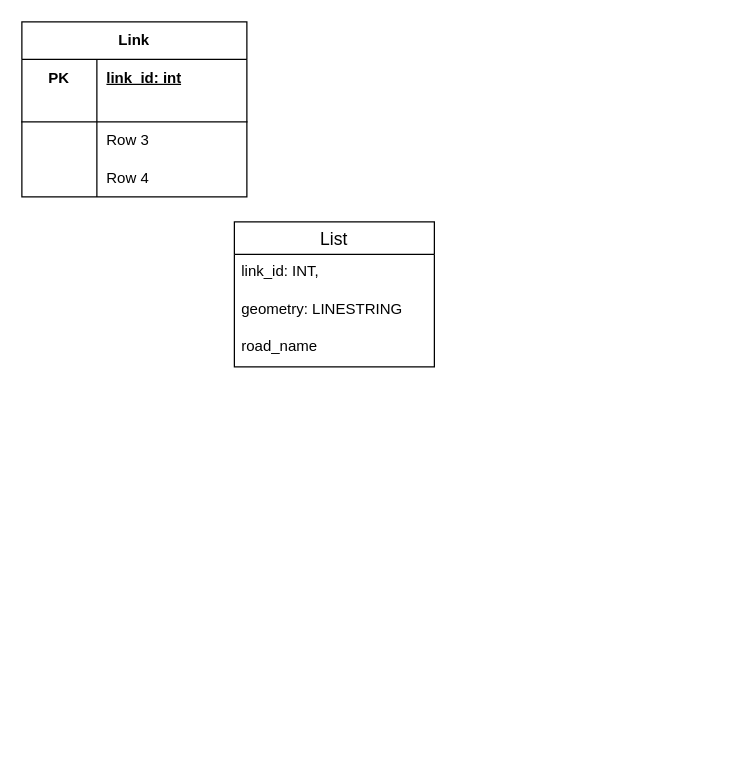
Above: docs/geoapi_der.drawio in francisco-ricardo/geoapi (draw.io), before the change. Source tidied: cells renumbered, new cells numbered last; positions are measured from the earlier drawing's top-left corner, leaving out a move shared by most shapes. Both pictures are drawn from the tidied source at 125%, with x=0, y=0 at pixel (21, 21).
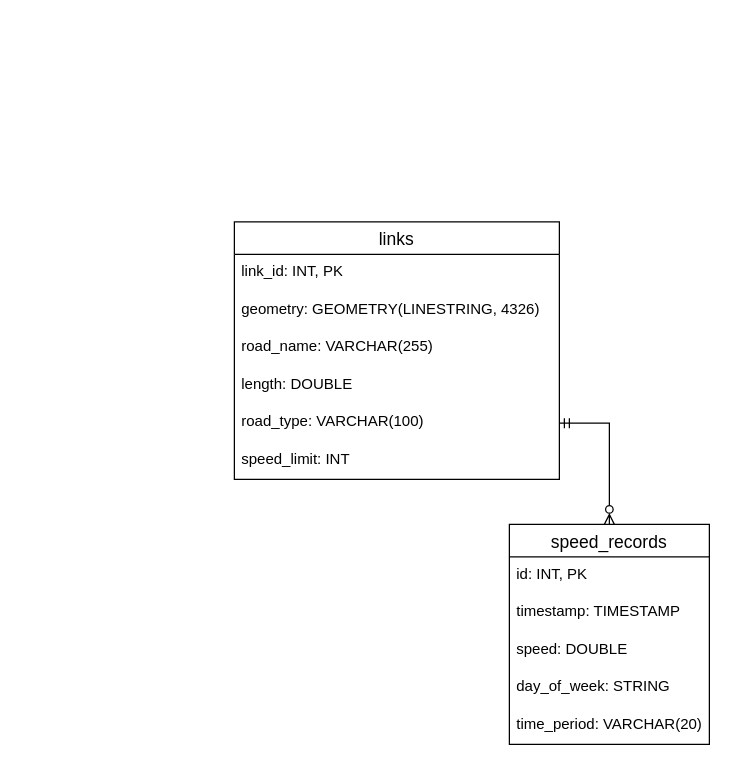
After the change.

Diff of the diagram source:
```diff
@@
 <mxGraphModel>
   <root>
     <mxCell id="0" />
     <mxCell id="1" parent="0" />
-    <mxCell id="2" value="Link" style="shape=table;startSize=30;childLayout=tableLayout;rowLines=0;fontStyle=1;align=center;html=1;whiteSpace=wrap;" parent="1" vertex="1">
-      <mxGeometry width="180" height="140" as="geometry" />
-    </mxCell>
-    <mxCell id="3" style="shape=tableRow;horizontal=0;startSize=0;swimlaneHead=0;swimlaneBody=0;fillColor=none;top=0;left=0;right=0;bottom=0;html=1;" parent="2" vertex="1">
-      <mxGeometry y="30" width="180" height="30" as="geometry" />
-    </mxCell>
-    <mxCell id="4" value="PK" style="shape=partialRectangle;fillColor=none;top=0;left=0;bottom=0;right=0;fontStyle=1;overflow=hidden;html=1;whiteSpace=wrap;" parent="3" vertex="1">
-      <mxGeometry width="60" height="30" as="geometry" />
-    </mxCell>
-    <mxCell id="5" value="link_id: int" style="shape=partialRectangle;fillColor=none;top=0;left=0;bottom=0;right=0;align=left;spacingLeft=6;fontStyle=5;overflow=hidden;html=1;whiteSpace=wrap;" parent="3" vertex="1">
-      <mxGeometry x="60" width="120" height="30" as="geometry" />
-    </mxCell>
-    <mxCell id="6" style="shape=tableRow;horizontal=0;startSize=0;swimlaneHead=0;swimlaneBody=0;fillColor=none;top=0;left=0;right=0;bottom=1;html=1;" parent="2" vertex="1">
-      <mxGeometry y="60" width="180" height="20" as="geometry" />
-    </mxCell>
-    <mxCell id="7" style="shape=partialRectangle;fillColor=none;top=0;left=0;bottom=0;right=0;fontStyle=1;overflow=hidden;html=1;whiteSpace=wrap;" parent="6" vertex="1">
-      <mxGeometry width="60" height="20" as="geometry" />
-    </mxCell>
-    <mxCell id="8" style="shape=partialRectangle;fillColor=none;top=0;left=0;bottom=0;right=0;align=left;spacingLeft=6;fontStyle=5;overflow=hidden;html=1;whiteSpace=wrap;" parent="6" vertex="1">
-      <mxGeometry x="60" width="120" height="20" as="geometry" />
-    </mxCell>
-    <mxCell id="9" style="shape=tableRow;horizontal=0;startSize=0;swimlaneHead=0;swimlaneBody=0;fillColor=none;top=0;left=0;right=0;bottom=0;html=1;" parent="2" vertex="1">
-      <mxGeometry y="80" width="180" height="30" as="geometry" />
-    </mxCell>
-    <mxCell id="10" style="shape=partialRectangle;fillColor=none;top=0;left=0;bottom=0;right=0;overflow=hidden;html=1;whiteSpace=wrap;" parent="9" vertex="1">
-      <mxGeometry width="60" height="30" as="geometry" />
-    </mxCell>
-    <mxCell id="11" value="Row 3" style="shape=partialRectangle;fillColor=none;top=0;left=0;bottom=0;right=0;align=left;spacingLeft=6;overflow=hidden;html=1;whiteSpace=wrap;" parent="9" vertex="1">
-      <mxGeometry x="60" width="120" height="30" as="geometry" />
-    </mxCell>
-    <mxCell id="12" style="shape=tableRow;horizontal=0;startSize=0;swimlaneHead=0;swimlaneBody=0;fillColor=none;top=0;left=0;right=0;bottom=0;html=1;" parent="2" vertex="1">
-      <mxGeometry y="110" width="180" height="30" as="geometry" />
-    </mxCell>
-    <mxCell id="13" style="shape=partialRectangle;fillColor=none;top=0;left=0;bottom=0;right=0;overflow=hidden;html=1;whiteSpace=wrap;" parent="12" vertex="1">
-      <mxGeometry width="60" height="30" as="geometry" />
-    </mxCell>
-    <mxCell id="14" value="Row 4" style="shape=partialRectangle;fillColor=none;top=0;left=0;bottom=0;right=0;align=left;spacingLeft=6;overflow=hidden;html=1;whiteSpace=wrap;" parent="12" vertex="1">
-      <mxGeometry x="60" width="120" height="30" as="geometry" />
-    </mxCell>
-    <mxCell id="15" value="List" style="swimlane;fontStyle=0;horizontal=1;startSize=26;align=center;fontSize=14;" parent="1" vertex="1">
-      <mxGeometry x="170" y="160" width="160" height="116" as="geometry" />
+    <mxCell id="15" value="links" style="swimlane;fontStyle=0;horizontal=1;startSize=26;align=center;fontSize=14;" parent="1" vertex="1">
+      <mxGeometry x="170" y="160" width="260" height="206" as="geometry" />
     </mxCell>
-    <mxCell id="16" value="link_id: INT,&amp;nbsp;" style="text;strokeColor=none;fillColor=none;spacingLeft=4;spacingRight=4;overflow=hidden;fontSize=12;whiteSpace=wrap;html=1;" parent="15" vertex="1">
-      <mxGeometry y="26" width="160" height="30" as="geometry" />
+    <mxCell id="16" value="link_id: INT, PK" style="text;strokeColor=none;fillColor=none;spacingLeft=4;spacingRight=4;overflow=hidden;fontSize=12;whiteSpace=wrap;html=1;" parent="15" vertex="1">
+      <mxGeometry y="26" width="260" height="30" as="geometry" />
     </mxCell>
-    <mxCell id="17" value="geometry: LINESTRING" style="text;strokeColor=none;fillColor=none;spacingLeft=4;spacingRight=4;overflow=hidden;fontSize=12;whiteSpace=wrap;html=1;" parent="15" vertex="1">
-      <mxGeometry y="56" width="160" height="30" as="geometry" />
+    <mxCell id="17" value="geometry: GEOMETRY(LINESTRING, 4326)" style="text;strokeColor=none;fillColor=none;spacingLeft=4;spacingRight=4;overflow=hidden;fontSize=12;whiteSpace=wrap;html=1;" parent="15" vertex="1">
+      <mxGeometry y="56" width="260" height="30" as="geometry" />
     </mxCell>
-    <mxCell id="18" value="road_name" style="text;strokeColor=none;fillColor=none;spacingLeft=4;spacingRight=4;overflow=hidden;fontSize=12;whiteSpace=wrap;html=1;" parent="15" vertex="1">
-      <mxGeometry y="86" width="160" height="30" as="geometry" />
+    <mxCell id="18" value="road_name: VARCHAR(255)" style="text;strokeColor=none;fillColor=none;spacingLeft=4;spacingRight=4;overflow=hidden;fontSize=12;whiteSpace=wrap;html=1;" parent="15" vertex="1">
+      <mxGeometry y="86" width="260" height="30" as="geometry" />
     </mxCell>
+    <mxCell id="19" value="length: DOUBLE" style="text;strokeColor=none;fillColor=none;spacingLeft=4;spacingRight=4;overflow=hidden;fontSize=12;whiteSpace=wrap;html=1;" parent="15" vertex="1">
+      <mxGeometry y="116" width="260" height="30" as="geometry" />
+    </mxCell>
+    <mxCell id="20" value="road_type: VARCHAR(100)" style="text;strokeColor=none;fillColor=none;spacingLeft=4;spacingRight=4;overflow=hidden;points=[[0,0.5],[1,0.5]];portConstraint=eastwest;fontSize=12;whiteSpace=wrap;html=1;" parent="15" vertex="1">
+      <mxGeometry y="146" width="260" height="30" as="geometry" />
+    </mxCell>
+    <mxCell id="21" value="speed_limit: INT" style="text;strokeColor=none;fillColor=none;spacingLeft=4;spacingRight=4;overflow=hidden;fontSize=12;whiteSpace=wrap;html=1;" parent="15" vertex="1">
+      <mxGeometry y="176" width="260" height="30" as="geometry" />
+    </mxCell>
+    <mxCell id="22" value="speed_records" style="swimlane;fontStyle=0;horizontal=1;startSize=26;align=center;fontSize=14;" parent="1" vertex="1">
+      <mxGeometry x="390" y="402" width="160" height="176" as="geometry" />
+    </mxCell>
+    <mxCell id="23" value="id: INT, PK" style="text;strokeColor=none;fillColor=none;spacingLeft=4;spacingRight=4;overflow=hidden;fontSize=12;whiteSpace=wrap;html=1;" parent="22" vertex="1">
+      <mxGeometry y="26" width="160" height="30" as="geometry" />
+    </mxCell>
+    <mxCell id="24" value="timestamp: TIMESTAMP" style="text;strokeColor=none;fillColor=none;spacingLeft=4;spacingRight=4;overflow=hidden;fontSize=12;whiteSpace=wrap;html=1;" parent="22" vertex="1">
+      <mxGeometry y="56" width="160" height="30" as="geometry" />
+    </mxCell>
+    <mxCell id="25" value="speed: DOUBLE" style="text;strokeColor=none;fillColor=none;spacingLeft=4;spacingRight=4;overflow=hidden;fontSize=12;whiteSpace=wrap;html=1;" parent="22" vertex="1">
+      <mxGeometry y="86" width="160" height="30" as="geometry" />
+    </mxCell>
+    <mxCell id="26" value="day_of_week: STRING" style="text;strokeColor=none;fillColor=none;spacingLeft=4;spacingRight=4;overflow=hidden;fontSize=12;whiteSpace=wrap;html=1;" parent="22" vertex="1">
+      <mxGeometry y="116" width="160" height="30" as="geometry" />
+    </mxCell>
+    <mxCell id="27" value="time_period: VARCHAR(20)" style="text;strokeColor=none;fillColor=none;spacingLeft=4;spacingRight=4;overflow=hidden;fontSize=12;whiteSpace=wrap;html=1;" parent="22" vertex="1">
+      <mxGeometry y="146" width="160" height="30" as="geometry" />
+    </mxCell>
+    <mxCell id="28" style="edgeStyle=orthogonalEdgeStyle;rounded=0;jettySize=auto;html=1;exitX=1;exitY=0.5;exitDx=0;exitDy=0;entryX=0.5;entryY=0;entryDx=0;entryDy=0;startArrow=ERmandOne;startFill=0;endArrow=ERzeroToMany;endFill=0;" parent="1" edge="1" source="20" target="22">
+      <mxGeometry relative="1" as="geometry" />
+    </mxCell>
   </root>
 </mxGraphModel>
```
